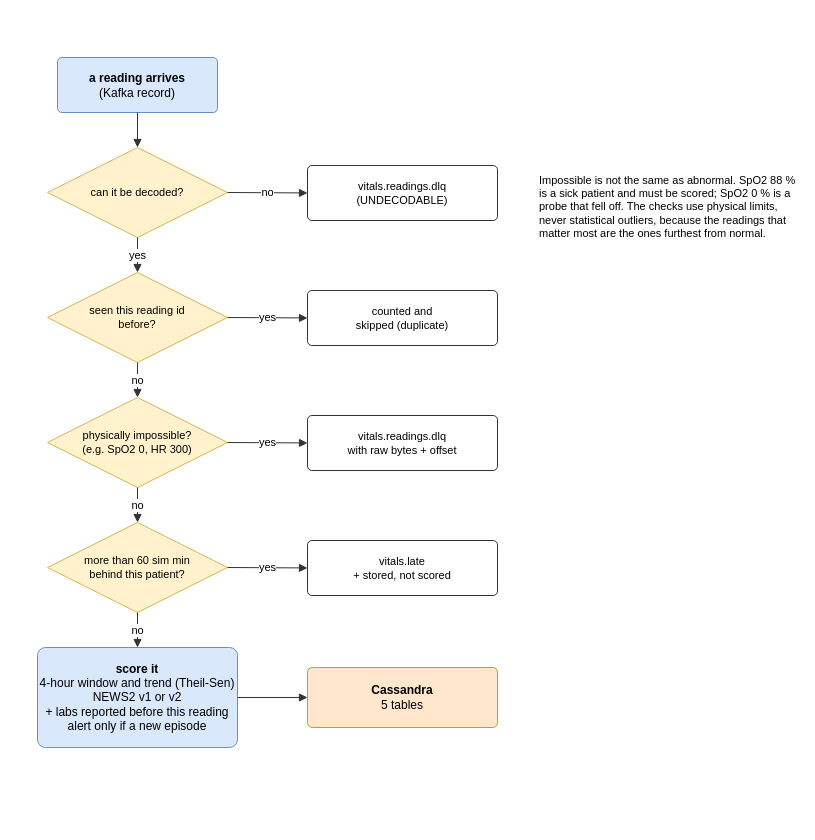
Above: docs/diagrams/D6-one-reading.drawio in Ashfaq-Riyaldeen/hospital-vitals-kappa (draw.io), before the change. Source tidied: cells renumbered, new cells numbered last; positions are measured from the earlier drawing's top-left corner, leaving out a move shared by most shapes. Both pictures are drawn from the tidied source at 100%, with x=0, y=0 at pixel (37, 57).
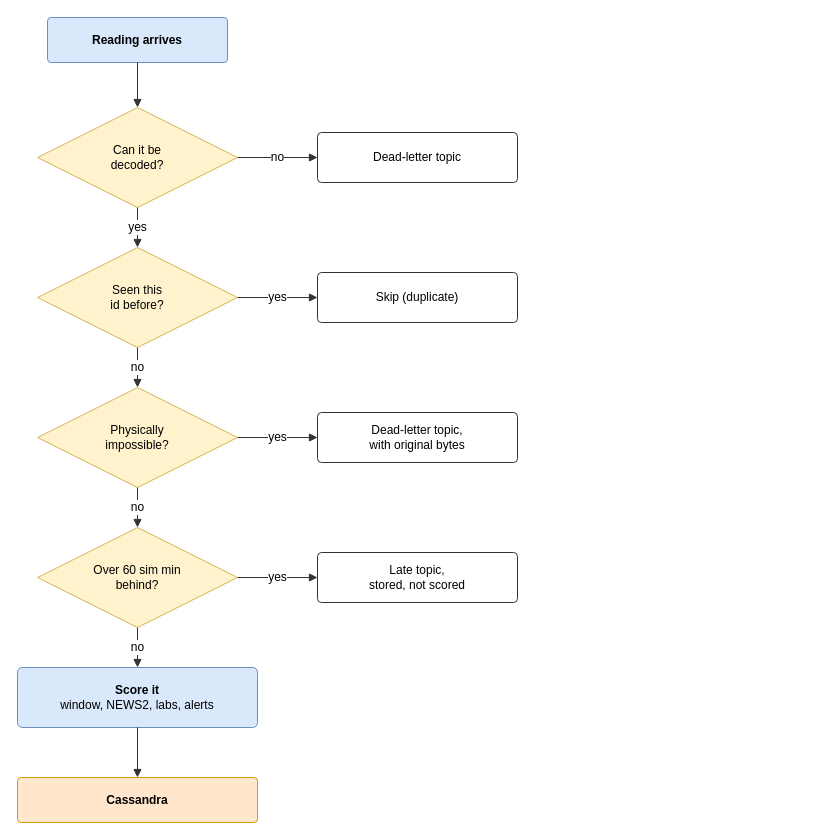
The same diagram, later.

Change to the diagram source:
```diff
@@
-    <mxCell id="2" value="&lt;b&gt;a reading arrives&lt;/b&gt;&lt;br&gt;(Kafka record)" style="whiteSpace=wrap;html=1;rounded=1;arcSize=8;fontFamily=Helvetica;fontSize=12;fillColor=#dae8fc;strokeColor=#6c8ebf;" parent="1" vertex="1">
-      <mxGeometry x="20" width="160" height="55" as="geometry" />
+    <mxCell id="2" value="&lt;b&gt;Reading arrives&lt;/b&gt;" style="whiteSpace=wrap;html=1;rounded=1;arcSize=8;fontFamily=Helvetica;fontSize=12;fillColor=#dae8fc;strokeColor=#6c8ebf;" parent="1" vertex="1">
+      <mxGeometry x="10" y="-40" width="180" height="45" as="geometry" />
     </mxCell>
-    <mxCell id="3" value="can it be decoded?" style="rhombus;whiteSpace=wrap;html=1;fontFamily=Helvetica;fontSize=12;fillColor=#fff2cc;strokeColor=#d6b656;fontSize=11;" parent="1" vertex="1">
-      <mxGeometry x="10" y="90" width="180" height="90" as="geometry" />
+    <mxCell id="3" value="Can it be&lt;br&gt;decoded?" style="rhombus;whiteSpace=wrap;html=1;fontFamily=Helvetica;fontSize=12;fillColor=#fff2cc;strokeColor=#d6b656;" parent="1" vertex="1">
+      <mxGeometry y="50" width="200" height="100" as="geometry" />
     </mxCell>
-    <mxCell id="4" style="edgeStyle=orthogonalEdgeStyle;rounded=1;html=1;endArrow=block;endFill=1;fontFamily=Helvetica;fontSize=12;fontSize=11;labelBackgroundColor=#ffffff;strokeColor=#333333;jumpStyle=arc;jumpSize=8;" parent="1" edge="1" source="2" target="3">
+    <mxCell id="4" style="edgeStyle=orthogonalEdgeStyle;rounded=1;html=1;endArrow=block;endFill=1;fontFamily=Helvetica;fontSize=12;labelBackgroundColor=#ffffff;strokeColor=#333333;jumpStyle=arc;jumpSize=8;exitX=0.5;exitY=1;exitDx=0;exitDy=0;entryX=0.5;entryY=0;entryDx=0;entryDy=0;" parent="1" edge="1" source="2" target="3">
       <mxGeometry relative="1" as="geometry" />
     </mxCell>
-    <mxCell id="5" value="vitals.readings.dlq&lt;br&gt;(UNDECODABLE)" style="whiteSpace=wrap;html=1;rounded=1;arcSize=8;fontFamily=Helvetica;fontSize=12;fillColor=#ffffff;strokeColor=#333333;fontSize=11;" parent="1" vertex="1">
-      <mxGeometry x="270" y="108" width="190" height="55" as="geometry" />
+    <mxCell id="5" value="Dead-letter topic" style="whiteSpace=wrap;html=1;rounded=1;arcSize=8;fontFamily=Helvetica;fontSize=12;fillColor=#ffffff;strokeColor=#333333;" parent="1" vertex="1">
+      <mxGeometry x="280" y="75" width="200" height="50" as="geometry" />
     </mxCell>
-    <mxCell id="6" value="no" style="edgeStyle=orthogonalEdgeStyle;rounded=1;html=1;endArrow=block;endFill=1;fontFamily=Helvetica;fontSize=12;fontSize=11;labelBackgroundColor=#ffffff;strokeColor=#333333;jumpStyle=arc;jumpSize=8;" parent="1" edge="1" source="3" target="5">
+    <mxCell id="6" value="no" style="edgeStyle=orthogonalEdgeStyle;rounded=1;html=1;endArrow=block;endFill=1;fontFamily=Helvetica;fontSize=12;labelBackgroundColor=#ffffff;strokeColor=#333333;jumpStyle=arc;jumpSize=8;exitX=1;exitY=0.5;exitDx=0;exitDy=0;entryX=0;entryY=0.5;entryDx=0;entryDy=0;" parent="1" edge="1" source="3" target="5">
       <mxGeometry relative="1" as="geometry" />
     </mxCell>
-    <mxCell id="7" value="seen this reading id&lt;br&gt;before?" style="rhombus;whiteSpace=wrap;html=1;fontFamily=Helvetica;fontSize=12;fillColor=#fff2cc;strokeColor=#d6b656;fontSize=11;" parent="1" vertex="1">
-      <mxGeometry x="10" y="215" width="180" height="90" as="geometry" />
+    <mxCell id="7" value="Seen this&lt;br&gt;id before?" style="rhombus;whiteSpace=wrap;html=1;fontFamily=Helvetica;fontSize=12;fillColor=#fff2cc;strokeColor=#d6b656;" parent="1" vertex="1">
+      <mxGeometry y="190" width="200" height="100" as="geometry" />
     </mxCell>
-    <mxCell id="8" value="yes" style="edgeStyle=orthogonalEdgeStyle;rounded=1;html=1;endArrow=block;endFill=1;fontFamily=Helvetica;fontSize=12;fontSize=11;labelBackgroundColor=#ffffff;strokeColor=#333333;jumpStyle=arc;jumpSize=8;" parent="1" edge="1" source="3" target="7">
+    <mxCell id="8" value="yes" style="edgeStyle=orthogonalEdgeStyle;rounded=1;html=1;endArrow=block;endFill=1;fontFamily=Helvetica;fontSize=12;labelBackgroundColor=#ffffff;strokeColor=#333333;jumpStyle=arc;jumpSize=8;exitX=0.5;exitY=1;exitDx=0;exitDy=0;entryX=0.5;entryY=0;entryDx=0;entryDy=0;" parent="1" edge="1" source="3" target="7">
       <mxGeometry relative="1" as="geometry" />
     </mxCell>
-    <mxCell id="9" value="counted and&lt;br&gt;skipped (duplicate)" style="whiteSpace=wrap;html=1;rounded=1;arcSize=8;fontFamily=Helvetica;fontSize=12;fillColor=#ffffff;strokeColor=#333333;fontSize=11;" parent="1" vertex="1">
-      <mxGeometry x="270" y="233" width="190" height="55" as="geometry" />
+    <mxCell id="9" value="Skip (duplicate)" style="whiteSpace=wrap;html=1;rounded=1;arcSize=8;fontFamily=Helvetica;fontSize=12;fillColor=#ffffff;strokeColor=#333333;" parent="1" vertex="1">
+      <mxGeometry x="280" y="215" width="200" height="50" as="geometry" />
     </mxCell>
-    <mxCell id="10" value="yes" style="edgeStyle=orthogonalEdgeStyle;rounded=1;html=1;endArrow=block;endFill=1;fontFamily=Helvetica;fontSize=12;fontSize=11;labelBackgroundColor=#ffffff;strokeColor=#333333;jumpStyle=arc;jumpSize=8;" parent="1" edge="1" source="7" target="9">
+    <mxCell id="10" value="yes" style="edgeStyle=orthogonalEdgeStyle;rounded=1;html=1;endArrow=block;endFill=1;fontFamily=Helvetica;fontSize=12;labelBackgroundColor=#ffffff;strokeColor=#333333;jumpStyle=arc;jumpSize=8;exitX=1;exitY=0.5;exitDx=0;exitDy=0;entryX=0;entryY=0.5;entryDx=0;entryDy=0;" parent="1" edge="1" source="7" target="9">
       <mxGeometry relative="1" as="geometry" />
     </mxCell>
-    <mxCell id="11" value="physically impossible?&lt;br&gt;(e.g. SpO2 0, HR 300)" style="rhombus;whiteSpace=wrap;html=1;fontFamily=Helvetica;fontSize=12;fillColor=#fff2cc;strokeColor=#d6b656;fontSize=11;" parent="1" vertex="1">
-      <mxGeometry x="10" y="340" width="180" height="90" as="geometry" />
+    <mxCell id="11" value="Physically&lt;br&gt;impossible?" style="rhombus;whiteSpace=wrap;html=1;fontFamily=Helvetica;fontSize=12;fillColor=#fff2cc;strokeColor=#d6b656;" parent="1" vertex="1">
+      <mxGeometry y="330" width="200" height="100" as="geometry" />
     </mxCell>
-    <mxCell id="12" value="no" style="edgeStyle=orthogonalEdgeStyle;rounded=1;html=1;endArrow=block;endFill=1;fontFamily=Helvetica;fontSize=12;fontSize=11;labelBackgroundColor=#ffffff;strokeColor=#333333;jumpStyle=arc;jumpSize=8;" parent="1" edge="1" source="7" target="11">
+    <mxCell id="12" value="no" style="edgeStyle=orthogonalEdgeStyle;rounded=1;html=1;endArrow=block;endFill=1;fontFamily=Helvetica;fontSize=12;labelBackgroundColor=#ffffff;strokeColor=#333333;jumpStyle=arc;jumpSize=8;exitX=0.5;exitY=1;exitDx=0;exitDy=0;entryX=0.5;entryY=0;entryDx=0;entryDy=0;" parent="1" edge="1" source="7" target="11">
       <mxGeometry relative="1" as="geometry" />
     </mxCell>
-    <mxCell id="13" value="vitals.readings.dlq&lt;br&gt;with raw bytes + offset" style="whiteSpace=wrap;html=1;rounded=1;arcSize=8;fontFamily=Helvetica;fontSize=12;fillColor=#ffffff;strokeColor=#333333;fontSize=11;" parent="1" vertex="1">
-      <mxGeometry x="270" y="358" width="190" height="55" as="geometry" />
+    <mxCell id="13" value="Dead-letter topic,&lt;br&gt;with original bytes" style="whiteSpace=wrap;html=1;rounded=1;arcSize=8;fontFamily=Helvetica;fontSize=12;fillColor=#ffffff;strokeColor=#333333;" parent="1" vertex="1">
+      <mxGeometry x="280" y="355" width="200" height="50" as="geometry" />
     </mxCell>
-    <mxCell id="14" value="yes" style="edgeStyle=orthogonalEdgeStyle;rounded=1;html=1;endArrow=block;endFill=1;fontFamily=Helvetica;fontSize=12;fontSize=11;labelBackgroundColor=#ffffff;strokeColor=#333333;jumpStyle=arc;jumpSize=8;" parent="1" edge="1" source="11" target="13">
+    <mxCell id="14" value="yes" style="edgeStyle=orthogonalEdgeStyle;rounded=1;html=1;endArrow=block;endFill=1;fontFamily=Helvetica;fontSize=12;labelBackgroundColor=#ffffff;strokeColor=#333333;jumpStyle=arc;jumpSize=8;exitX=1;exitY=0.5;exitDx=0;exitDy=0;entryX=0;entryY=0.5;entryDx=0;entryDy=0;" parent="1" edge="1" source="11" target="13">
       <mxGeometry relative="1" as="geometry" />
     </mxCell>
-    <mxCell id="15" value="more than 60 sim min&lt;br&gt;behind this patient?" style="rhombus;whiteSpace=wrap;html=1;fontFamily=Helvetica;fontSize=12;fillColor=#fff2cc;strokeColor=#d6b656;fontSize=11;" parent="1" vertex="1">
-      <mxGeometry x="10" y="465" width="180" height="90" as="geometry" />
+    <mxCell id="15" value="Over 60 sim min&lt;br&gt;behind?" style="rhombus;whiteSpace=wrap;html=1;fontFamily=Helvetica;fontSize=12;fillColor=#fff2cc;strokeColor=#d6b656;" parent="1" vertex="1">
+      <mxGeometry y="470" width="200" height="100" as="geometry" />
     </mxCell>
-    <mxCell id="16" value="no" style="edgeStyle=orthogonalEdgeStyle;rounded=1;html=1;endArrow=block;endFill=1;fontFamily=Helvetica;fontSize=12;fontSize=11;labelBackgroundColor=#ffffff;strokeColor=#333333;jumpStyle=arc;jumpSize=8;" parent="1" edge="1" source="11" target="15">
+    <mxCell id="16" value="no" style="edgeStyle=orthogonalEdgeStyle;rounded=1;html=1;endArrow=block;endFill=1;fontFamily=Helvetica;fontSize=12;labelBackgroundColor=#ffffff;strokeColor=#333333;jumpStyle=arc;jumpSize=8;exitX=0.5;exitY=1;exitDx=0;exitDy=0;entryX=0.5;entryY=0;entryDx=0;entryDy=0;" parent="1" edge="1" source="11" target="15">
       <mxGeometry relative="1" as="geometry" />
     </mxCell>
-    <mxCell id="17" value="vitals.late&lt;br&gt;+ stored, not scored" style="whiteSpace=wrap;html=1;rounded=1;arcSize=8;fontFamily=Helvetica;fontSize=12;fillColor=#ffffff;strokeColor=#333333;fontSize=11;" parent="1" vertex="1">
-      <mxGeometry x="270" y="483" width="190" height="55" as="geometry" />
+    <mxCell id="17" value="Late topic,&lt;br&gt;stored, not scored" style="whiteSpace=wrap;html=1;rounded=1;arcSize=8;fontFamily=Helvetica;fontSize=12;fillColor=#ffffff;strokeColor=#333333;" parent="1" vertex="1">
+      <mxGeometry x="280" y="495" width="200" height="50" as="geometry" />
     </mxCell>
-    <mxCell id="18" value="yes" style="edgeStyle=orthogonalEdgeStyle;rounded=1;html=1;endArrow=block;endFill=1;fontFamily=Helvetica;fontSize=12;fontSize=11;labelBackgroundColor=#ffffff;strokeColor=#333333;jumpStyle=arc;jumpSize=8;" parent="1" edge="1" source="15" target="17">
+    <mxCell id="18" value="yes" style="edgeStyle=orthogonalEdgeStyle;rounded=1;html=1;endArrow=block;endFill=1;fontFamily=Helvetica;fontSize=12;labelBackgroundColor=#ffffff;strokeColor=#333333;jumpStyle=arc;jumpSize=8;exitX=1;exitY=0.5;exitDx=0;exitDy=0;entryX=0;entryY=0.5;entryDx=0;entryDy=0;" parent="1" edge="1" source="15" target="17">
       <mxGeometry relative="1" as="geometry" />
     </mxCell>
-    <mxCell id="19" value="&lt;b&gt;score it&lt;/b&gt;&lt;br&gt;4-hour window and trend (Theil-Sen)&lt;br&gt;NEWS2 v1 or v2&lt;br&gt;+ labs reported before this reading&lt;br&gt;alert only if a new episode" style="whiteSpace=wrap;html=1;rounded=1;arcSize=8;fontFamily=Helvetica;fontSize=12;fillColor=#dae8fc;strokeColor=#6c8ebf;" parent="1" vertex="1">
-      <mxGeometry y="590" width="200" height="100" as="geometry" />
+    <mxCell id="19" value="&lt;b&gt;Score it&lt;/b&gt;&lt;br&gt;window, NEWS2, labs, alerts" style="whiteSpace=wrap;html=1;rounded=1;arcSize=8;fontFamily=Helvetica;fontSize=12;fillColor=#dae8fc;strokeColor=#6c8ebf;" parent="1" vertex="1">
+      <mxGeometry x="-20" y="610" width="240" height="60" as="geometry" />
     </mxCell>
-    <mxCell id="20" value="no" style="edgeStyle=orthogonalEdgeStyle;rounded=1;html=1;endArrow=block;endFill=1;fontFamily=Helvetica;fontSize=12;fontSize=11;labelBackgroundColor=#ffffff;strokeColor=#333333;jumpStyle=arc;jumpSize=8;" parent="1" edge="1" source="15" target="19">
+    <mxCell id="20" value="no" style="edgeStyle=orthogonalEdgeStyle;rounded=1;html=1;endArrow=block;endFill=1;fontFamily=Helvetica;fontSize=12;labelBackgroundColor=#ffffff;strokeColor=#333333;jumpStyle=arc;jumpSize=8;exitX=0.5;exitY=1;exitDx=0;exitDy=0;entryX=0.5;entryY=0;entryDx=0;entryDy=0;" parent="1" edge="1" source="15" target="19">
       <mxGeometry relative="1" as="geometry" />
     </mxCell>
-    <mxCell id="21" value="&lt;b&gt;Cassandra&lt;/b&gt;&lt;br&gt;5 tables" style="whiteSpace=wrap;html=1;rounded=1;arcSize=8;fontFamily=Helvetica;fontSize=12;fillColor=#ffe6cc;strokeColor=#d79b00;" parent="1" vertex="1">
-      <mxGeometry x="270" y="610" width="190" height="60" as="geometry" />
+    <mxCell id="21" value="&lt;b&gt;Cassandra&lt;/b&gt;" style="whiteSpace=wrap;html=1;rounded=1;arcSize=8;fontFamily=Helvetica;fontSize=12;fillColor=#ffe6cc;strokeColor=#d79b00;" parent="1" vertex="1">
+      <mxGeometry x="-20" y="720" width="240" height="45" as="geometry" />
     </mxCell>
-    <mxCell id="22" style="edgeStyle=orthogonalEdgeStyle;rounded=1;html=1;endArrow=block;endFill=1;fontFamily=Helvetica;fontSize=12;fontSize=11;labelBackgroundColor=#ffffff;strokeColor=#333333;jumpStyle=arc;jumpSize=8;" parent="1" edge="1" source="19" target="21">
+    <mxCell id="22" style="edgeStyle=orthogonalEdgeStyle;rounded=1;html=1;endArrow=block;endFill=1;fontFamily=Helvetica;fontSize=12;labelBackgroundColor=#ffffff;strokeColor=#333333;jumpStyle=arc;jumpSize=8;exitX=0.5;exitY=1;exitDx=0;exitDy=0;entryX=0.5;entryY=0;entryDx=0;entryDy=0;" parent="1" edge="1" source="19" target="21">
       <mxGeometry relative="1" as="geometry" />
     </mxCell>
-    <mxCell id="23" value="Impossible is not the same as abnormal. SpO2 88 % is a sick patient and must be scored; SpO2 0 % is a probe that fell off. The checks use physical limits, never statistical outliers, because the readings that matter most are the ones furthest from normal." style="text;html=1;align=left;verticalAlign=top;whiteSpace=wrap;fontFamily=Helvetica;fontSize=12;fontSize=11;" parent="1" vertex="1">
-      <mxGeometry x="500" y="110" width="260" height="150" as="geometry" />
-    </mxCell>
```
